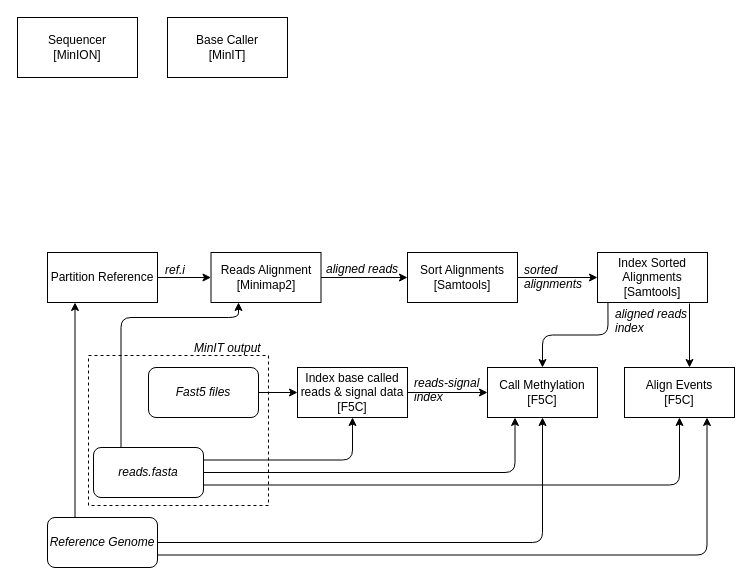
Above: page "Pipeline_graph" (4 of 4) of server_mobile_connection.drawio in SanojPunchihewa/f5n (draw.io), before the change. Source tidied: cells renumbered, new cells numbered last; positions are measured from the earlier drawing's top-left corner, leaving out a move shared by most shapes. Both pictures are drawn from the tidied source at 100%, with x=0, y=0 at pixel (17, 17).
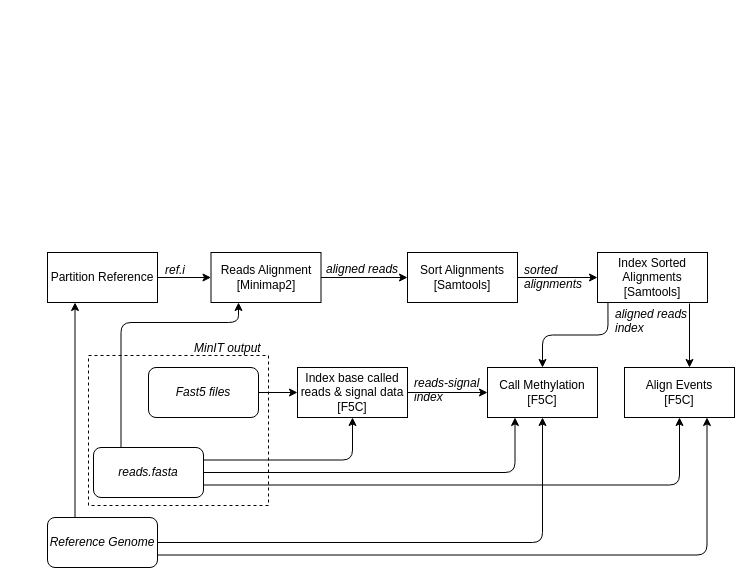
Above is the later version.

Unchanged cells that the change refers to:
```xml
<mxCell id="17" value="&lt;i&gt;reads.fasta&lt;/i&gt;" style="rounded=1;whiteSpace=wrap;html=1;" parent="1" vertex="1">
  <mxGeometry x="76" y="430" width="110" height="50" as="geometry" />
</mxCell>
<mxCell id="19" value="&lt;div&gt;Reads Alignment&lt;/div&gt;&lt;div&gt;[Minimap2]&lt;br&gt;&lt;/div&gt;" style="rounded=0;whiteSpace=wrap;html=1;" parent="1" vertex="1">
  <mxGeometry x="193.5" y="235" width="110" height="50" as="geometry" />
</mxCell>
```

Diff of the diagram source:
```diff
@@
-    <mxCell id="3" value="&lt;div&gt;Sequencer&lt;br&gt;&lt;/div&gt;&lt;div&gt;[MinION]&lt;/div&gt;" style="rounded=0;whiteSpace=wrap;html=1;" parent="1" vertex="1">
-      <mxGeometry width="120" height="60" as="geometry" />
-    </mxCell>
-    <mxCell id="4" value="Base Caller&lt;br&gt;&lt;div&gt;[MinIT]&lt;/div&gt;" style="rounded=0;whiteSpace=wrap;html=1;" parent="1" vertex="1">
-      <mxGeometry x="150" width="120" height="60" as="geometry" />
-    </mxCell>
@@
     <mxCell id="13" style="edgeStyle=orthogonalEdgeStyle;rounded=1;jettySize=auto;html=1;exitX=0.25;exitY=0;exitDx=0;exitDy=0;entryX=0.25;entryY=1;entryDx=0;entryDy=0;" parent="1" edge="1" source="17" target="19">
       <mxGeometry relative="1" as="geometry">
         <Array as="points">
-          <mxPoint x="103" y="300" />
-          <mxPoint x="221" y="300" />
+          <mxPoint x="103" y="305" />
+          <mxPoint x="221" y="305" />
         </Array>
       </mxGeometry>
     </mxCell>
@@
-    <mxCell id="30" value="&lt;div&gt;Call Methylation&lt;/div&gt;&lt;div&gt;[F5C]&lt;/div&gt;" style="rounded=0;whiteSpace=wrap;html=1;" parent="1" vertex="1">
+    <mxCell id="30" value="&lt;div&gt;Call Methylation [F5C]&lt;/div&gt;" style="rounded=0;whiteSpace=wrap;html=1;" parent="1" vertex="1">
       <mxGeometry x="470" y="350" width="110" height="50" as="geometry" />
     </mxCell>
```
